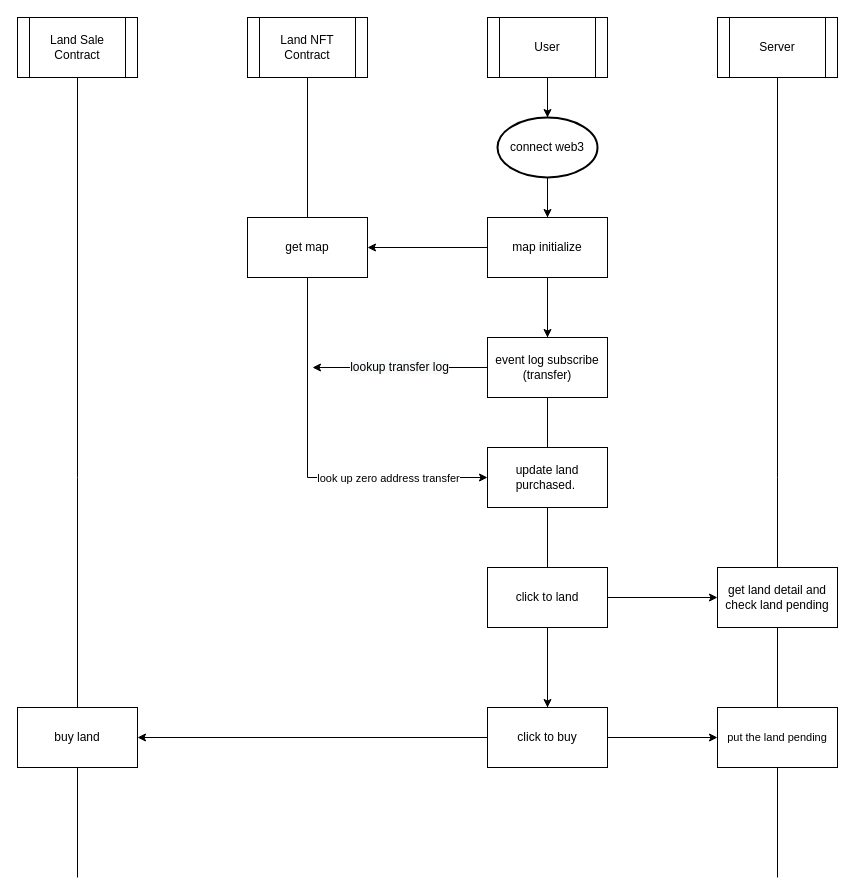
The draw.io diagram landsale-flow.drawio in memberteen/craftdefi-ecosystem, before the edit. Source tidied: cells renumbered, new cells numbered last; positions are measured from the earlier drawing's top-left corner, leaving out a move shared by most shapes. Both pictures are drawn from the tidied source at 100%, with x=0, y=0 at pixel (17, 17).
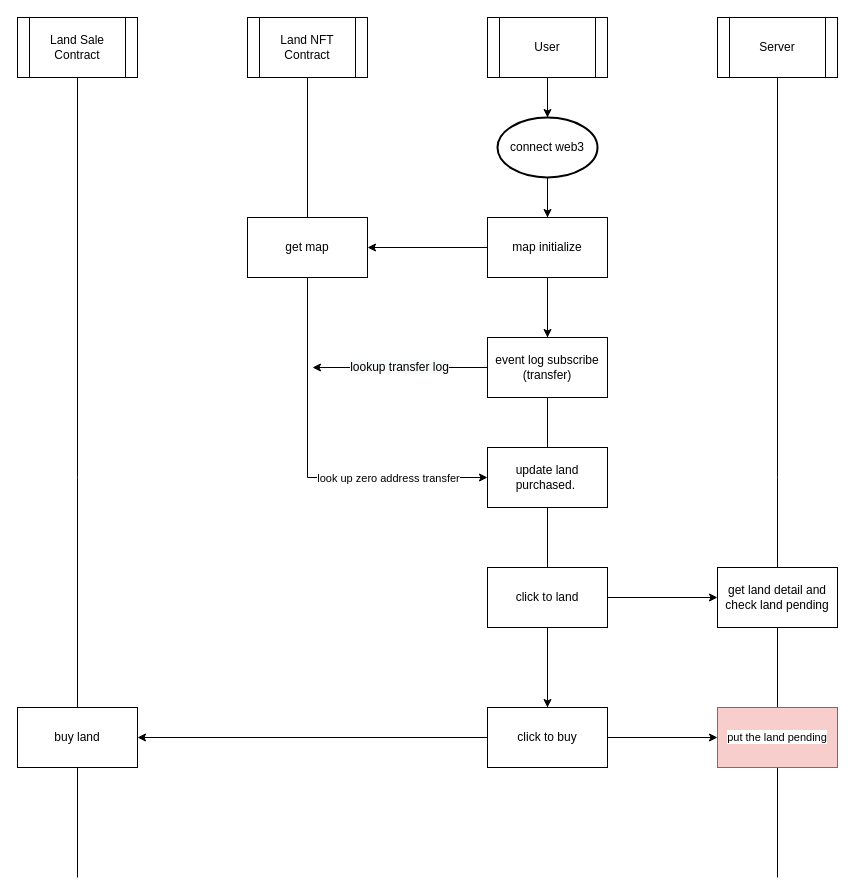
After the change.

Diff of the diagram source:
```diff
@@
-    <mxCell id="30" value="&lt;span style=&quot;background-color: rgb(255, 255, 255);&quot;&gt;&lt;font style=&quot;font-size: 11px;&quot;&gt;put the land pending&lt;/font&gt;&lt;/span&gt;" style="rounded=0;whiteSpace=wrap;html=1;" parent="1" vertex="1">
+    <mxCell id="30" value="&lt;span style=&quot;background-color: rgb(255, 255, 255);&quot;&gt;&lt;font style=&quot;font-size: 11px;&quot;&gt;put the land pending&lt;/font&gt;&lt;/span&gt;" style="rounded=0;whiteSpace=wrap;html=1;fillColor=#f8cecc;strokeColor=#b85450;" parent="1" vertex="1">
       <mxGeometry x="700" y="690" width="120" height="60" as="geometry" />
     </mxCell>
```
